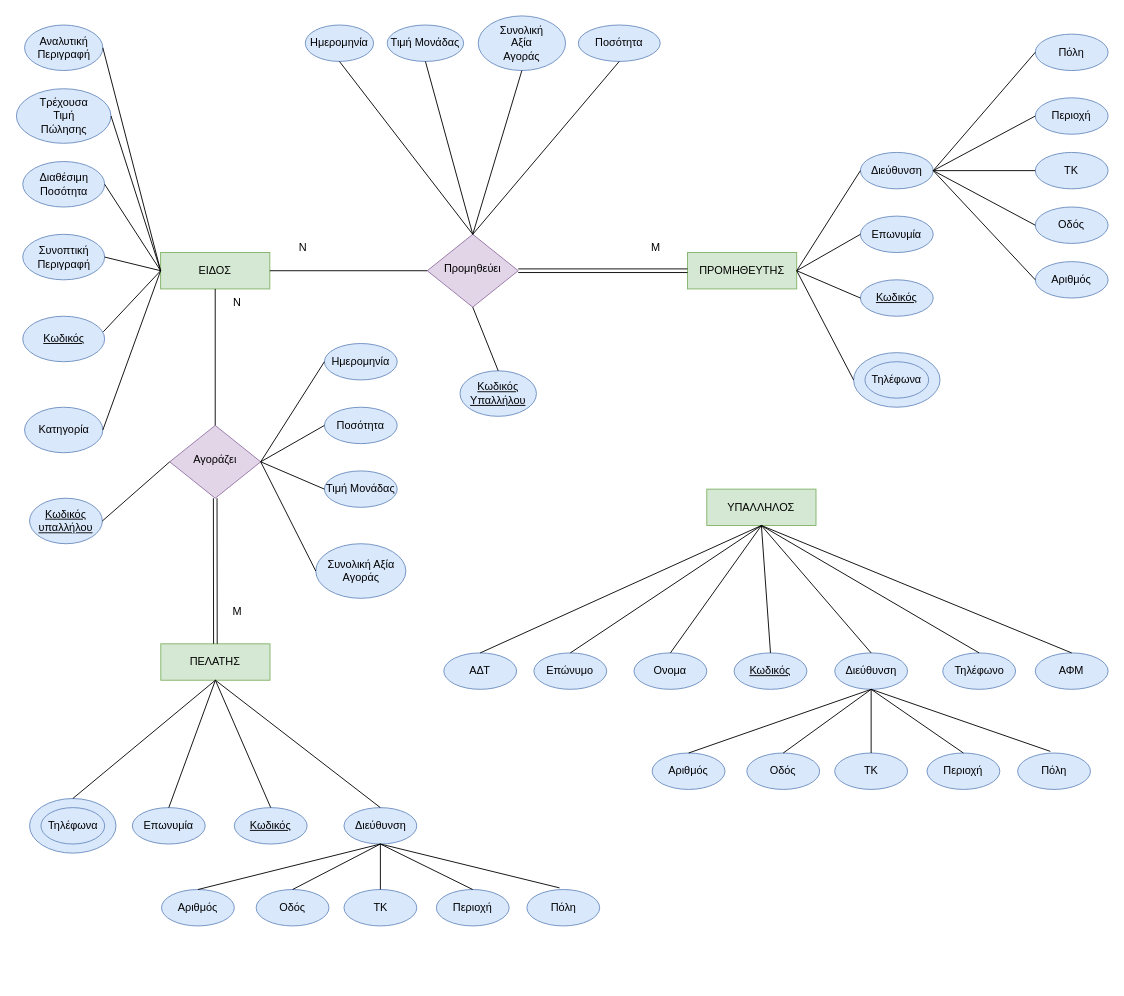
The draw.io diagram ERDiagramFlowchart.drawio in Lazini/ERDiagram, before the edit. Source tidied: cells renumbered, new cells numbered last; positions are measured from the earlier drawing's top-left corner, leaving out a move shared by most shapes. Both pictures are drawn from the tidied source at 91%, with x=0, y=0 at pixel (15, 15).
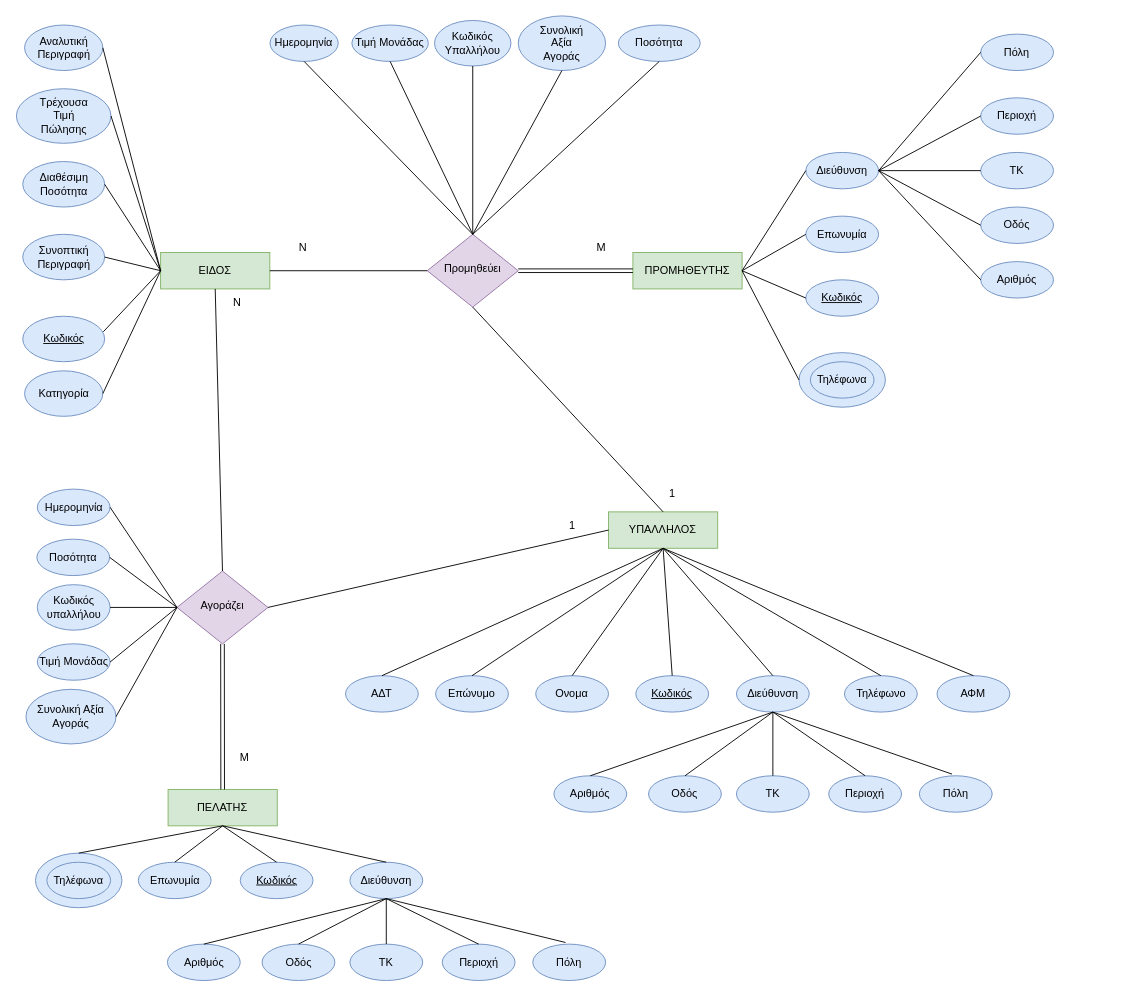
Above is the later version.

Unchanged cells that the change refers to:
```xml
<mxCell id="6" value="Προμηθεύει" style="rhombus;whiteSpace=wrap;html=1;shadow=0;fontFamily=Helvetica;fontSize=12;align=center;strokeWidth=1;spacing=6;spacingTop=-4;fillColor=#e1d5e7;strokeColor=#9673a6;" parent="1" vertex="1">
  <mxGeometry x="452" y="240" width="100" height="80" as="geometry" />
</mxCell>
```

Change to the diagram source:
```diff
@@
     <mxCell id="3" value="&lt;div&gt;ΠΡΟΜΗΘΕΥΤΗΣ&lt;/div&gt;" style="rounded=0;whiteSpace=wrap;html=1;fontSize=12;glass=0;strokeWidth=1;shadow=0;fillColor=#d5e8d4;strokeColor=#82b366;" parent="1" vertex="1">
-      <mxGeometry x="738" y="260" width="120" height="40" as="geometry" />
+      <mxGeometry x="678" y="260" width="120" height="40" as="geometry" />
     </mxCell>
     <mxCell id="4" value="&lt;div&gt;ΠΕΛΑΤΗΣ&lt;/div&gt;" style="rounded=0;whiteSpace=wrap;html=1;fontSize=12;glass=0;strokeWidth=1;shadow=0;fillColor=#d5e8d4;strokeColor=#82b366;" parent="1" vertex="1">
-      <mxGeometry x="159.2" y="690" width="120" height="40" as="geometry" />
+      <mxGeometry x="167.2" y="850" width="120" height="40" as="geometry" />
     </mxCell>
     <mxCell id="5" value="&lt;div&gt;ΥΠΑΛΛΗΛΟΣ&lt;/div&gt;" style="rounded=0;whiteSpace=wrap;html=1;fontSize=12;glass=0;strokeWidth=1;shadow=0;fillColor=#d5e8d4;strokeColor=#82b366;" parent="1" vertex="1">
-      <mxGeometry x="759.2" y="520" width="120" height="40" as="geometry" />
+      <mxGeometry x="651.2" y="545" width="120" height="40" as="geometry" />
     </mxCell>
@@
     <mxCell id="13" value="&lt;div&gt;Κατηγορία&lt;/div&gt;" style="ellipse;whiteSpace=wrap;html=1;fillColor=#dae8fc;strokeColor=#6c8ebf;" parent="1" vertex="1">
-      <mxGeometry x="9.5" y="430" width="86" height="50" as="geometry" />
+      <mxGeometry x="9.5" y="390" width="86" height="50" as="geometry" />
     </mxCell>
@@
     <mxCell id="22" value="Μ" style="text;html=1;align=center;verticalAlign=middle;strokeColor=none;fillColor=none;" parent="1" vertex="1">
-      <mxGeometry x="688" y="240" width="30" height="30" as="geometry" />
+      <mxGeometry x="628" y="240" width="30" height="30" as="geometry" />
     </mxCell>
     <mxCell id="23" value="Ημερομηνία" style="ellipse;whiteSpace=wrap;html=1;fillColor=#dae8fc;strokeColor=#6c8ebf;" parent="1" vertex="1">
-      <mxGeometry x="318" y="10" width="75" height="40" as="geometry" />
+      <mxGeometry x="279.2" y="10" width="75" height="40" as="geometry" />
     </mxCell>
     <mxCell id="24" value="Τιμή Μονάδας" style="ellipse;whiteSpace=wrap;html=1;fillColor=#dae8fc;strokeColor=#6c8ebf;" parent="1" vertex="1">
-      <mxGeometry x="408" y="10" width="84" height="40" as="geometry" />
+      <mxGeometry x="369.2" y="10" width="84" height="40" as="geometry" />
     </mxCell>
     <mxCell id="25" value="&lt;div&gt;Συνολική&lt;/div&gt;&lt;div&gt;Αξία&lt;/div&gt;&lt;div&gt;Αγοράς&lt;/div&gt;" style="ellipse;whiteSpace=wrap;html=1;fillColor=#dae8fc;strokeColor=#6c8ebf;" parent="1" vertex="1">
-      <mxGeometry x="508" width="96" height="60" as="geometry" />
+      <mxGeometry x="552" width="96" height="60" as="geometry" />
     </mxCell>
     <mxCell id="26" value="&lt;div&gt;Ποσότητα&lt;/div&gt;" style="ellipse;whiteSpace=wrap;html=1;fillColor=#dae8fc;strokeColor=#6c8ebf;" parent="1" vertex="1">
-      <mxGeometry x="618" y="10" width="90" height="40" as="geometry" />
+      <mxGeometry x="662" y="10" width="90" height="40" as="geometry" />
     </mxCell>
@@
-    <mxCell id="31" value="&lt;u&gt;Κωδικός Υπαλλήλου&lt;br&gt;&lt;/u&gt;" style="ellipse;whiteSpace=wrap;html=1;fillColor=#dae8fc;strokeColor=#6c8ebf;" parent="1" vertex="1">
-      <mxGeometry x="488" y="390" width="84" height="50" as="geometry" />
+    <mxCell id="31" value="Κωδικός Υπαλλήλου" style="ellipse;whiteSpace=wrap;html=1;fillColor=#dae8fc;strokeColor=#6c8ebf;" parent="1" vertex="1">
+      <mxGeometry x="460" y="5" width="84" height="50" as="geometry" />
     </mxCell>
-    <mxCell id="32" style="endArrow=none;html=1;rounded=0;entryX=0.5;entryY=1;entryDx=0;entryDy=0;exitX=0.5;exitY=0;exitDx=0;exitDy=0;" parent="1" edge="1" source="31" target="6">
+    <mxCell id="32" style="endArrow=none;html=1;rounded=0;entryX=0.5;entryY=0;entryDx=0;entryDy=0;exitX=0.5;exitY=1;exitDx=0;exitDy=0;" parent="1" edge="1" source="31" target="6">
       <mxGeometry relative="1" as="geometry" />
     </mxCell>
     <mxCell id="33" value="Διεύθυνση" style="ellipse;whiteSpace=wrap;html=1;fillColor=#dae8fc;strokeColor=#6c8ebf;" parent="1" vertex="1">
-      <mxGeometry x="928" y="150" width="80" height="40" as="geometry" />
+      <mxGeometry x="868" y="150" width="80" height="40" as="geometry" />
     </mxCell>
     <mxCell id="34" value="Επωνυμία" style="ellipse;whiteSpace=wrap;html=1;fillColor=#dae8fc;strokeColor=#6c8ebf;" parent="1" vertex="1">
-      <mxGeometry x="928" y="220" width="80" height="40" as="geometry" />
+      <mxGeometry x="868" y="220" width="80" height="40" as="geometry" />
     </mxCell>
     <mxCell id="35" value="&lt;u&gt;Κωδικός&lt;/u&gt;" style="ellipse;whiteSpace=wrap;html=1;fillColor=#dae8fc;strokeColor=#6c8ebf;" parent="1" vertex="1">
-      <mxGeometry x="928" y="290" width="80" height="40" as="geometry" />
+      <mxGeometry x="868" y="290" width="80" height="40" as="geometry" />
     </mxCell>
     <mxCell id="36" style="ellipse;whiteSpace=wrap;html=1;fillColor=#dae8fc;strokeColor=#6c8ebf;" parent="1" vertex="1">
-      <mxGeometry x="920.5" y="370" width="95" height="60" as="geometry" />
+      <mxGeometry x="860.5" y="370" width="95" height="60" as="geometry" />
     </mxCell>
     <mxCell id="37" value="Τηλέφωνα" style="ellipse;whiteSpace=wrap;html=1;fillColor=#dae8fc;strokeColor=#6c8ebf;" parent="1" vertex="1">
-      <mxGeometry x="933" y="380" width="70" height="40" as="geometry" />
+      <mxGeometry x="873" y="380" width="70" height="40" as="geometry" />
     </mxCell>
@@
     <mxCell id="42" value="&lt;div&gt;Αγοράζει&lt;/div&gt;" style="rhombus;whiteSpace=wrap;html=1;shadow=0;fontFamily=Helvetica;fontSize=12;align=center;strokeWidth=1;spacing=6;spacingTop=-4;fillColor=#e1d5e7;strokeColor=#9673a6;" parent="1" vertex="1">
-      <mxGeometry x="169" y="450" width="100" height="80" as="geometry" />
+      <mxGeometry x="177" y="610" width="100" height="80" as="geometry" />
     </mxCell>
@@
     <mxCell id="45" value="Ημερομηνία" style="ellipse;whiteSpace=wrap;html=1;fillColor=#dae8fc;strokeColor=#6c8ebf;" parent="1" vertex="1">
-      <mxGeometry x="339" y="360" width="80" height="40" as="geometry" />
+      <mxGeometry x="23.5" y="520" width="80" height="40" as="geometry" />
     </mxCell>
     <mxCell id="46" value="Ποσότητα" style="ellipse;whiteSpace=wrap;html=1;fillColor=#dae8fc;strokeColor=#6c8ebf;" parent="1" vertex="1">
-      <mxGeometry x="339" y="430" width="80" height="40" as="geometry" />
+      <mxGeometry x="23" y="575" width="80" height="40" as="geometry" />
     </mxCell>
     <mxCell id="47" value="Τιμή Μονάδας" style="ellipse;whiteSpace=wrap;html=1;fillColor=#dae8fc;strokeColor=#6c8ebf;" parent="1" vertex="1">
-      <mxGeometry x="339" y="500" width="80" height="40" as="geometry" />
+      <mxGeometry x="23.5" y="690" width="80" height="40" as="geometry" />
     </mxCell>
     <mxCell id="48" value="Συνολική Αξία Αγοράς" style="ellipse;whiteSpace=wrap;html=1;fillColor=#dae8fc;strokeColor=#6c8ebf;" parent="1" vertex="1">
-      <mxGeometry x="329.5" y="580" width="99" height="60" as="geometry" />
+      <mxGeometry x="11" y="740" width="99" height="60" as="geometry" />
     </mxCell>
-    <mxCell id="49" style="endArrow=none;html=1;rounded=0;exitX=1;exitY=0.5;exitDx=0;exitDy=0;entryX=0;entryY=0.5;entryDx=0;entryDy=0;" parent="1" edge="1" source="42" target="45">
+    <mxCell id="49" style="endArrow=none;html=1;rounded=0;exitX=0;exitY=0.5;exitDx=0;exitDy=0;entryX=1;entryY=0.5;entryDx=0;entryDy=0;" parent="1" edge="1" source="42" target="45">
       <mxGeometry relative="1" as="geometry" />
     </mxCell>
-    <mxCell id="50" style="endArrow=none;html=1;rounded=0;entryX=0;entryY=0.5;entryDx=0;entryDy=0;exitX=1;exitY=0.5;exitDx=0;exitDy=0;" parent="1" edge="1" source="42" target="46">
+    <mxCell id="50" style="endArrow=none;html=1;rounded=0;entryX=1;entryY=0.5;entryDx=0;entryDy=0;exitX=0;exitY=0.5;exitDx=0;exitDy=0;" parent="1" edge="1" source="42" target="46">
       <mxGeometry relative="1" as="geometry" />
     </mxCell>
-    <mxCell id="51" style="endArrow=none;html=1;rounded=0;exitX=0;exitY=0.5;exitDx=0;exitDy=0;entryX=1;entryY=0.5;entryDx=0;entryDy=0;" parent="1" edge="1" source="47" target="42">
+    <mxCell id="51" style="endArrow=none;html=1;rounded=0;exitX=1;exitY=0.5;exitDx=0;exitDy=0;entryX=0;entryY=0.5;entryDx=0;entryDy=0;" parent="1" edge="1" source="47" target="42">
       <mxGeometry relative="1" as="geometry" />
     </mxCell>
-    <mxCell id="52" style="endArrow=none;html=1;rounded=0;exitX=0;exitY=0.5;exitDx=0;exitDy=0;entryX=1;entryY=0.5;entryDx=0;entryDy=0;" parent="1" edge="1" source="48" target="42">
+    <mxCell id="52" style="endArrow=none;html=1;rounded=0;exitX=1;exitY=0.5;exitDx=0;exitDy=0;entryX=0;entryY=0.5;entryDx=0;entryDy=0;" parent="1" edge="1" source="48" target="42">
       <mxGeometry relative="1" as="geometry" />
     </mxCell>
-    <mxCell id="53" value="&lt;u&gt;Κωδικός υπαλλήλου&lt;br&gt;&lt;/u&gt;" style="ellipse;whiteSpace=wrap;html=1;fillColor=#dae8fc;strokeColor=#6c8ebf;" parent="1" vertex="1">
-      <mxGeometry x="15" y="530" width="80" height="50" as="geometry" />
+    <mxCell id="53" value="Κωδικός υπαλλήλου" style="ellipse;whiteSpace=wrap;html=1;fillColor=#dae8fc;strokeColor=#6c8ebf;" parent="1" vertex="1">
+      <mxGeometry x="23.5" y="625" width="80" height="50" as="geometry" />
     </mxCell>
@@
     <mxCell id="56" value="Μ" style="text;html=1;align=center;verticalAlign=middle;strokeColor=none;fillColor=none;" parent="1" vertex="1">
-      <mxGeometry x="228.2" y="640" width="30" height="30" as="geometry" />
+      <mxGeometry x="236.2" y="800" width="30" height="30" as="geometry" />
     </mxCell>
     <mxCell id="57" value="&lt;div&gt;Πόλη&lt;/div&gt;" style="ellipse;whiteSpace=wrap;html=1;fillColor=#dae8fc;strokeColor=#6c8ebf;" parent="1" vertex="1">
-      <mxGeometry x="1120.2" y="20" width="80" height="40" as="geometry" />
+      <mxGeometry x="1060.2" y="20" width="80" height="40" as="geometry" />
     </mxCell>
     <mxCell id="58" value="Περιοχή" style="ellipse;whiteSpace=wrap;html=1;fillColor=#dae8fc;strokeColor=#6c8ebf;" parent="1" vertex="1">
-      <mxGeometry x="1120.2" y="90" width="80" height="40" as="geometry" />
+      <mxGeometry x="1060.2" y="90" width="80" height="40" as="geometry" />
     </mxCell>
     <mxCell id="59" value="ΤΚ" style="ellipse;whiteSpace=wrap;html=1;fillColor=#dae8fc;strokeColor=#6c8ebf;" parent="1" vertex="1">
-      <mxGeometry x="1120.2" y="150" width="80" height="40" as="geometry" />
+      <mxGeometry x="1060.2" y="150" width="80" height="40" as="geometry" />
     </mxCell>
     <mxCell id="60" value="Οδός" style="ellipse;whiteSpace=wrap;html=1;fillColor=#dae8fc;strokeColor=#6c8ebf;" parent="1" vertex="1">
-      <mxGeometry x="1120.2" y="210" width="80" height="40" as="geometry" />
+      <mxGeometry x="1060.2" y="210" width="80" height="40" as="geometry" />
     </mxCell>
     <mxCell id="61" value="Αριθμός" style="ellipse;whiteSpace=wrap;html=1;fillColor=#dae8fc;strokeColor=#6c8ebf;" parent="1" vertex="1">
-      <mxGeometry x="1120.2" y="270" width="80" height="40" as="geometry" />
+      <mxGeometry x="1060.2" y="270" width="80" height="40" as="geometry" />
     </mxCell>
@@
     <mxCell id="67" value="Διεύθυνση" style="ellipse;whiteSpace=wrap;html=1;fillColor=#dae8fc;strokeColor=#6c8ebf;" parent="1" vertex="1">
-      <mxGeometry x="360.5" y="870" width="80" height="40" as="geometry" />
+      <mxGeometry x="367" y="930" width="80" height="40" as="geometry" />
     </mxCell>
     <mxCell id="68" value="Επωνυμία" style="ellipse;whiteSpace=wrap;html=1;fillColor=#dae8fc;strokeColor=#6c8ebf;" parent="1" vertex="1">
-      <mxGeometry x="128" y="870" width="80" height="40" as="geometry" />
+      <mxGeometry x="134.5" y="930" width="80" height="40" as="geometry" />
     </mxCell>
     <mxCell id="69" value="&lt;u&gt;Κωδικός&lt;/u&gt;" style="ellipse;whiteSpace=wrap;html=1;fillColor=#dae8fc;strokeColor=#6c8ebf;" parent="1" vertex="1">
-      <mxGeometry x="240" y="870" width="80" height="40" as="geometry" />
+      <mxGeometry x="246.5" y="930" width="80" height="40" as="geometry" />
     </mxCell>
     <mxCell id="70" style="ellipse;whiteSpace=wrap;html=1;fillColor=#dae8fc;strokeColor=#6c8ebf;" parent="1" vertex="1">
-      <mxGeometry x="15" y="860" width="95" height="60" as="geometry" />
+      <mxGeometry x="21.5" y="920" width="95" height="60" as="geometry" />
     </mxCell>
     <mxCell id="71" value="Τηλέφωνα" style="ellipse;whiteSpace=wrap;html=1;fillColor=#dae8fc;strokeColor=#6c8ebf;" parent="1" vertex="1">
-      <mxGeometry x="27.5" y="870" width="70" height="40" as="geometry" />
+      <mxGeometry x="34" y="930" width="70" height="40" as="geometry" />
     </mxCell>
@@
     <mxCell id="76" value="&lt;div&gt;Πόλη&lt;/div&gt;" style="ellipse;whiteSpace=wrap;html=1;fillColor=#dae8fc;strokeColor=#6c8ebf;" parent="1" vertex="1">
-      <mxGeometry x="561.5" y="960" width="80" height="40" as="geometry" />
+      <mxGeometry x="568" y="1020" width="80" height="40" as="geometry" />
     </mxCell>
     <mxCell id="77" value="Περιοχή" style="ellipse;whiteSpace=wrap;html=1;fillColor=#dae8fc;strokeColor=#6c8ebf;" parent="1" vertex="1">
-      <mxGeometry x="462" y="960" width="80" height="40" as="geometry" />
+      <mxGeometry x="468.5" y="1020" width="80" height="40" as="geometry" />
     </mxCell>
     <mxCell id="78" value="ΤΚ" style="ellipse;whiteSpace=wrap;html=1;fillColor=#dae8fc;strokeColor=#6c8ebf;" parent="1" vertex="1">
-      <mxGeometry x="360.5" y="960" width="80" height="40" as="geometry" />
+      <mxGeometry x="367" y="1020" width="80" height="40" as="geometry" />
     </mxCell>
     <mxCell id="79" value="Οδός" style="ellipse;whiteSpace=wrap;html=1;fillColor=#dae8fc;strokeColor=#6c8ebf;" parent="1" vertex="1">
-      <mxGeometry x="264" y="960" width="80" height="40" as="geometry" />
+      <mxGeometry x="270.5" y="1020" width="80" height="40" as="geometry" />
     </mxCell>
     <mxCell id="80" value="Αριθμός" style="ellipse;whiteSpace=wrap;html=1;fillColor=#dae8fc;strokeColor=#6c8ebf;" parent="1" vertex="1">
-      <mxGeometry x="160" y="960" width="80" height="40" as="geometry" />
+      <mxGeometry x="166.5" y="1020" width="80" height="40" as="geometry" />
     </mxCell>
@@
     <mxCell id="86" value="&lt;u&gt;Κωδικός&lt;/u&gt;" style="ellipse;whiteSpace=wrap;html=1;fillColor=#dae8fc;strokeColor=#6c8ebf;" parent="1" vertex="1">
-      <mxGeometry x="789.2" y="700" width="80" height="40" as="geometry" />
+      <mxGeometry x="681.2" y="725" width="80" height="40" as="geometry" />
     </mxCell>
     <mxCell id="87" value="Τηλέφωνο" style="ellipse;whiteSpace=wrap;html=1;fillColor=#dae8fc;strokeColor=#6c8ebf;" parent="1" vertex="1">
-      <mxGeometry x="1018.5" y="700" width="80" height="40" as="geometry" />
+      <mxGeometry x="910.5" y="725" width="80" height="40" as="geometry" />
     </mxCell>
     <mxCell id="88" value="Διεύθυνση" style="ellipse;whiteSpace=wrap;html=1;fillColor=#dae8fc;strokeColor=#6c8ebf;" parent="1" vertex="1">
-      <mxGeometry x="899.8" y="700" width="80" height="40" as="geometry" />
+      <mxGeometry x="791.8" y="725" width="80" height="40" as="geometry" />
     </mxCell>
@@
     <mxCell id="90" value="&lt;div&gt;Πόλη&lt;/div&gt;" style="ellipse;whiteSpace=wrap;html=1;fillColor=#dae8fc;strokeColor=#6c8ebf;" parent="1" vertex="1">
-      <mxGeometry x="1100.8" y="810" width="80" height="40" as="geometry" />
+      <mxGeometry x="992.8" y="835" width="80" height="40" as="geometry" />
     </mxCell>
     <mxCell id="91" value="Περιοχή" style="ellipse;whiteSpace=wrap;html=1;fillColor=#dae8fc;strokeColor=#6c8ebf;" parent="1" vertex="1">
-      <mxGeometry x="1001.2" y="810" width="80" height="40" as="geometry" />
+      <mxGeometry x="893.2" y="835" width="80" height="40" as="geometry" />
     </mxCell>
     <mxCell id="92" value="ΤΚ" style="ellipse;whiteSpace=wrap;html=1;fillColor=#dae8fc;strokeColor=#6c8ebf;" parent="1" vertex="1">
-      <mxGeometry x="899.8" y="810" width="80" height="40" as="geometry" />
+      <mxGeometry x="791.8" y="835" width="80" height="40" as="geometry" />
     </mxCell>
     <mxCell id="93" value="Οδός" style="ellipse;whiteSpace=wrap;html=1;fillColor=#dae8fc;strokeColor=#6c8ebf;" parent="1" vertex="1">
-      <mxGeometry x="803.2" y="810" width="80" height="40" as="geometry" />
+      <mxGeometry x="695.2" y="835" width="80" height="40" as="geometry" />
     </mxCell>
     <mxCell id="94" value="Αριθμός" style="ellipse;whiteSpace=wrap;html=1;fillColor=#dae8fc;strokeColor=#6c8ebf;" parent="1" vertex="1">
-      <mxGeometry x="699.2" y="810" width="80" height="40" as="geometry" />
+      <mxGeometry x="591.2" y="835" width="80" height="40" as="geometry" />
     </mxCell>
@@
     <mxCell id="100" value="Ονομα" style="ellipse;whiteSpace=wrap;html=1;fillColor=#dae8fc;strokeColor=#6c8ebf;" parent="1" vertex="1">
-      <mxGeometry x="679.2" y="700" width="80" height="40" as="geometry" />
+      <mxGeometry x="571.2" y="725" width="80" height="40" as="geometry" />
     </mxCell>
     <mxCell id="101" value="Επώνυμο" style="ellipse;whiteSpace=wrap;html=1;fillColor=#dae8fc;strokeColor=#6c8ebf;" parent="1" vertex="1">
-      <mxGeometry x="569.2" y="700" width="80" height="40" as="geometry" />
+      <mxGeometry x="461.2" y="725" width="80" height="40" as="geometry" />
     </mxCell>
@@
     <mxCell id="106" value="ΑΔΤ" style="ellipse;whiteSpace=wrap;html=1;fillColor=#dae8fc;strokeColor=#6c8ebf;" parent="1" vertex="1">
-      <mxGeometry x="470.2" y="700" width="80" height="40" as="geometry" />
+      <mxGeometry x="362.2" y="725" width="80" height="40" as="geometry" />
     </mxCell>
     <mxCell id="107" value="ΑΦΜ" style="ellipse;whiteSpace=wrap;html=1;fillColor=#dae8fc;strokeColor=#6c8ebf;" parent="1" vertex="1">
-      <mxGeometry x="1120.2" y="700" width="80" height="40" as="geometry" />
+      <mxGeometry x="1012.2" y="725" width="80" height="40" as="geometry" />
     </mxCell>
@@
+    <mxCell id="110" style="endArrow=none;html=1;rounded=0;entryX=0.5;entryY=1;entryDx=0;entryDy=0;exitX=0.5;exitY=0;exitDx=0;exitDy=0;" parent="1" edge="1" source="5" target="6">
+      <mxGeometry relative="1" as="geometry" />
+    </mxCell>
+    <mxCell id="111" style="endArrow=none;html=1;rounded=0;exitX=1;exitY=0.5;exitDx=0;exitDy=0;entryX=0;entryY=0.5;entryDx=0;entryDy=0;" parent="1" edge="1" source="42" target="5">
+      <mxGeometry relative="1" as="geometry" />
+    </mxCell>
+    <mxCell id="112" value="1" style="text;html=1;align=center;verticalAlign=middle;strokeColor=none;fillColor=none;" parent="1" vertex="1">
+      <mxGeometry x="706.2" y="510" width="30" height="30" as="geometry" />
+    </mxCell>
+    <mxCell id="113" value="1" style="text;html=1;align=center;verticalAlign=middle;strokeColor=none;fillColor=none;" parent="1" vertex="1">
+      <mxGeometry x="596.2" y="545" width="30" height="30" as="geometry" />
+    </mxCell>
```
